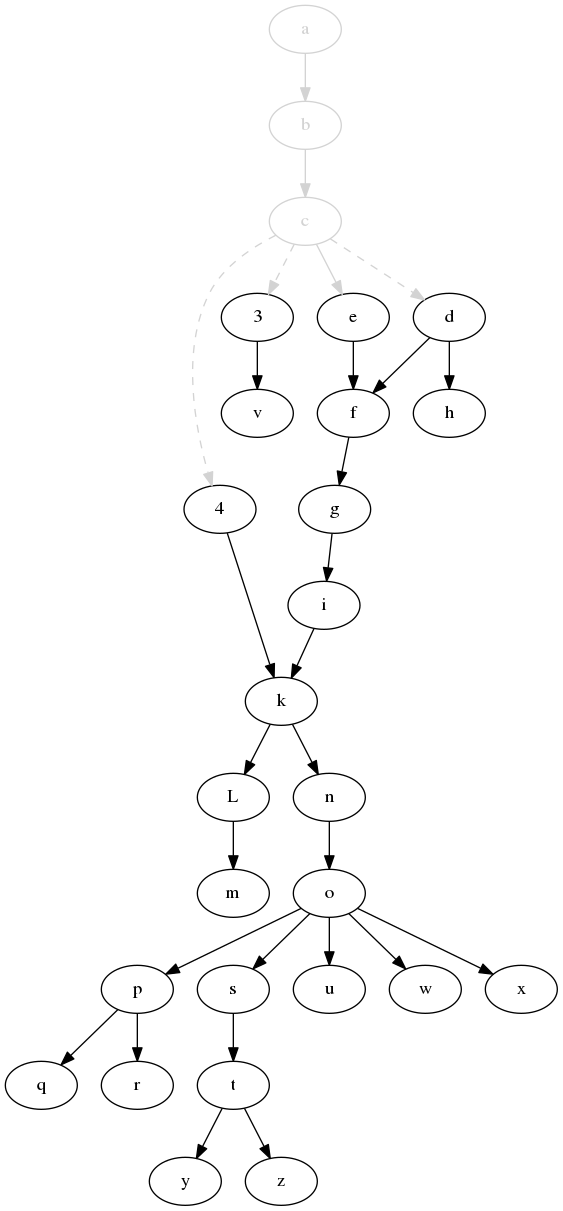
jdmpapin/svm-startup-deps keeps this Graphviz diagram as svm-startup-deps.png. Above is the earlier version. Its source is kept beside it as svm-startup-deps.dot.
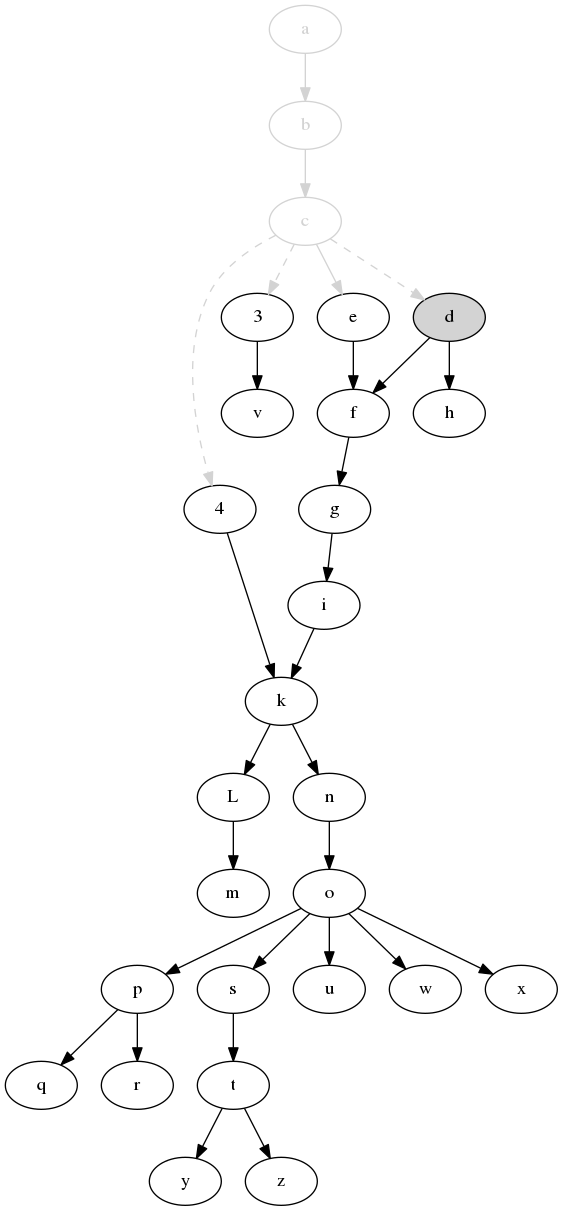
Above is the later version.

Diff of the diagram source:
```diff
@@ -4,7 +4,7 @@
     a [color=lightgrey,fontcolor=lightgrey];
     b [color=lightgrey,fontcolor=lightgrey];
     c [color=lightgrey,fontcolor=lightgrey];
-    d;
+    d [style=filled,fillcolor=lightgrey];
     e;
     f;
     g;
```
